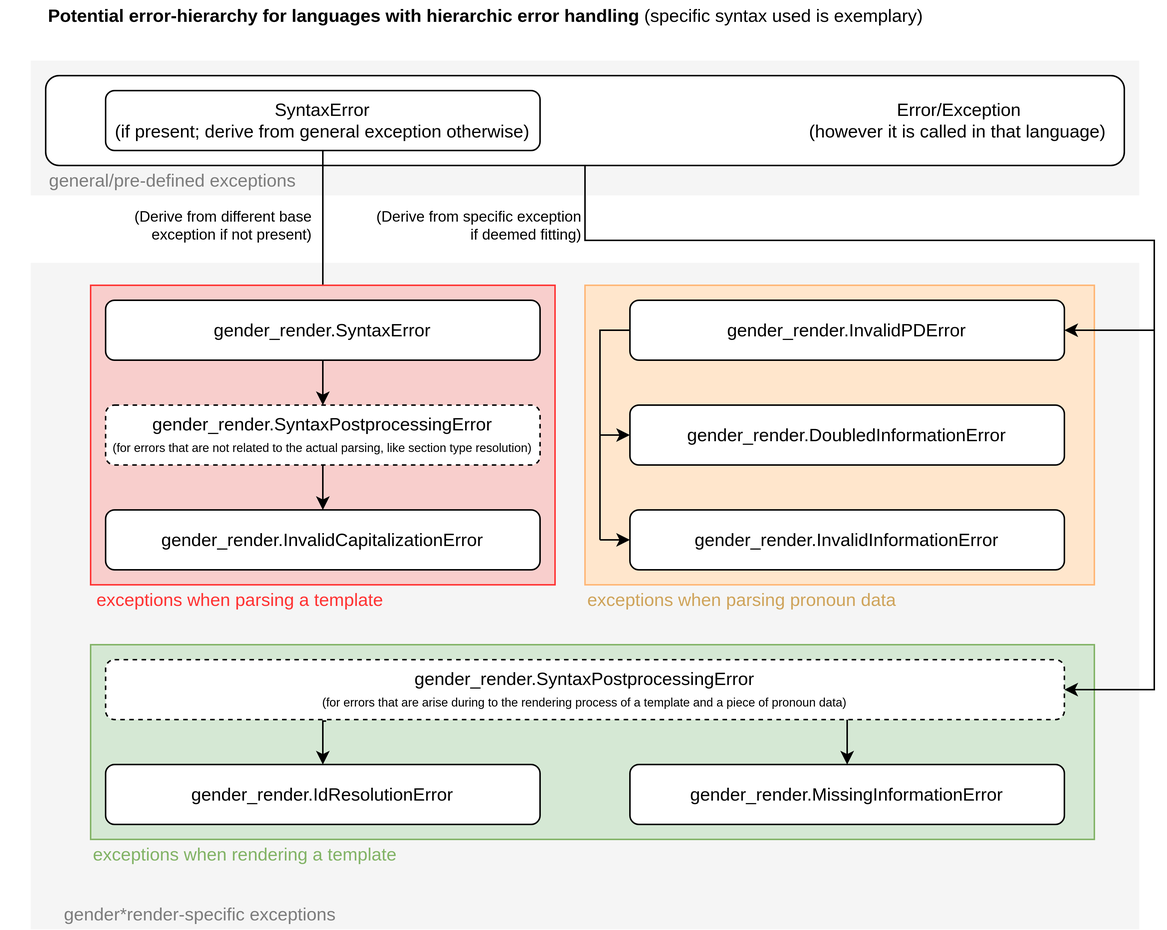
This is docs/images/hierarchy-errors.png from phseiff/gender-render, a draw.io export, as it was before one commit. Source tidied: cells renumbered, new cells last; positions are measured from the earlier drawing's top-left corner, leaving out a move shared by most shapes.
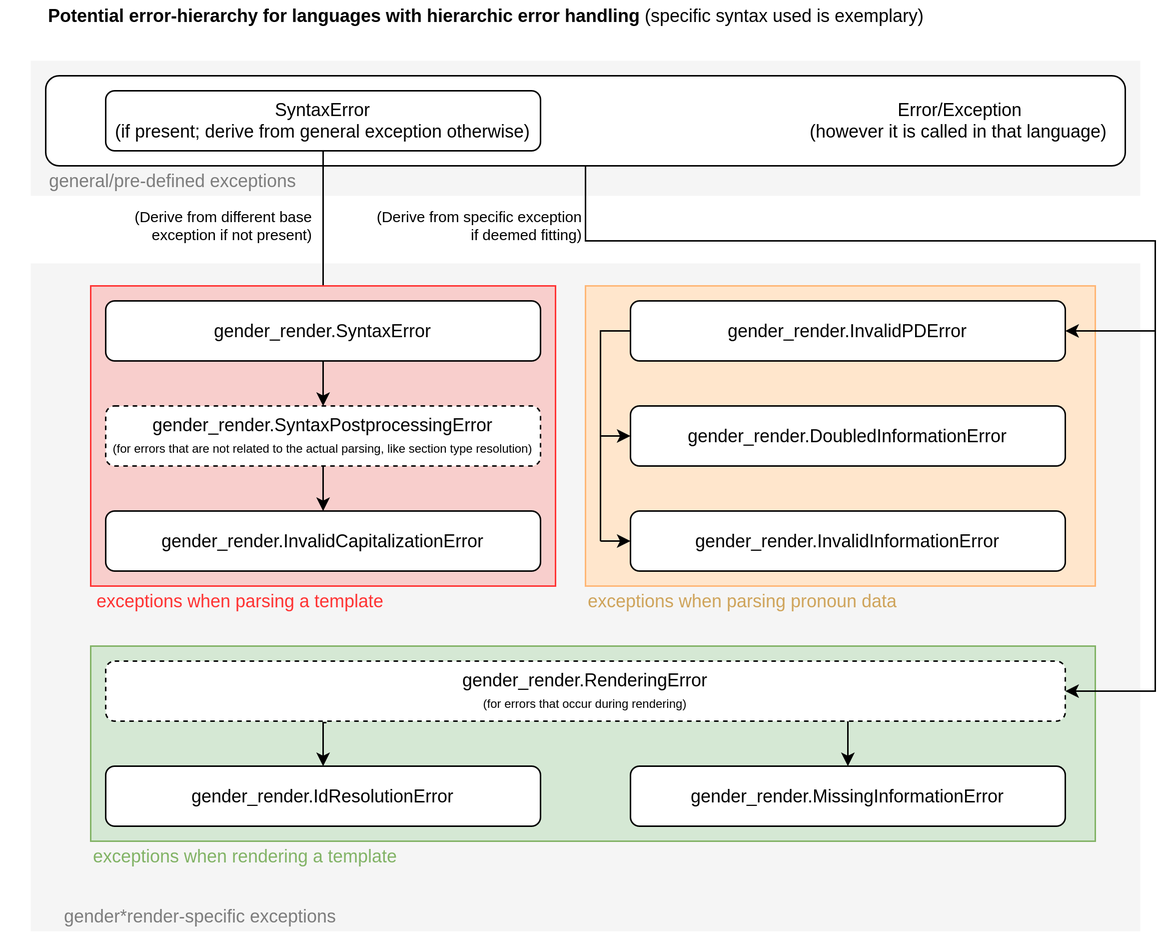
Later version of the same file.

Commit message:
Commit to achieve a fruitless attempt to implement some code that checks whether every method is tested.

The edit, as a diff of the source:
```diff
@@ -105,7 +105,7 @@
         </Array>
       </mxGeometry>
     </mxCell>
-    <mxCell id="31" value="&lt;div&gt;gender_render.SyntaxPostprocessingError&lt;/div&gt;&lt;div&gt;&lt;font style=&quot;font-size: 8px&quot;&gt;(for errors that are arise during to the rendering process of a template and a piece of pronoun data)&lt;/font&gt;&lt;br&gt;&lt;/div&gt;" style="rounded=1;whiteSpace=wrap;html=1;align=center;gradientColor=#ffffff;dashed=1;" parent="1" vertex="1">
+    <mxCell id="31" value="&lt;div&gt;gender_render.RenderingError&lt;/div&gt;&lt;div&gt;&lt;font style=&quot;font-size: 8px&quot;&gt;(for errors that occur during rendering)&lt;/font&gt;&lt;br&gt;&lt;/div&gt;" style="rounded=1;whiteSpace=wrap;html=1;align=center;gradientColor=#ffffff;dashed=1;" parent="1" vertex="1">
       <mxGeometry x="70" y="440" width="640" height="40" as="geometry" />
     </mxCell>
     <mxCell id="32" value="&lt;div&gt;gender_render.IdResolutionError&lt;/div&gt;" style="rounded=1;whiteSpace=wrap;html=1;align=center;" parent="1" vertex="1">
```
